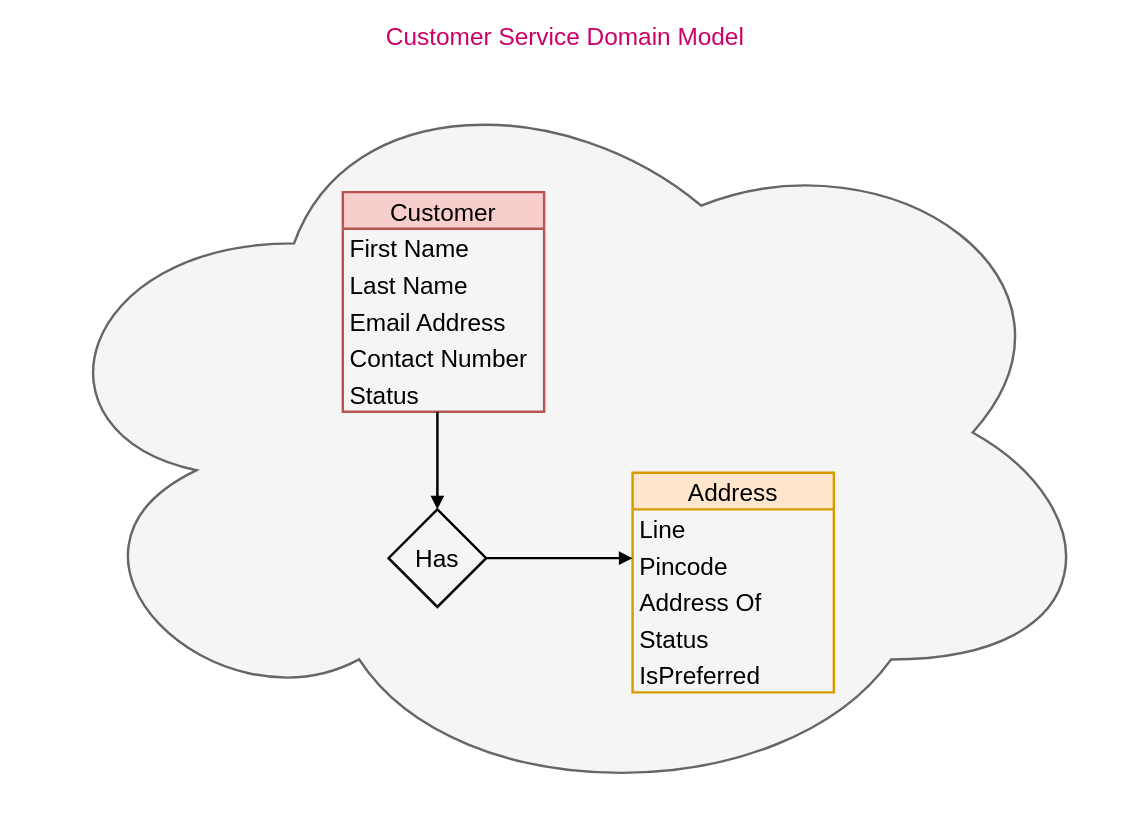
This is docs/diagram/customer_service_domain_model.drawio from dudhwalas/dudhwala, a draw.io file, before an edit. Source tidied: cells renumbered, new cells numbered last; positions are measured from the earlier drawing's top-left corner, leaving out a move shared by most shapes. Both pictures are drawn from the tidied source at 122%, with x=0, y=0 at pixel (22, 54).
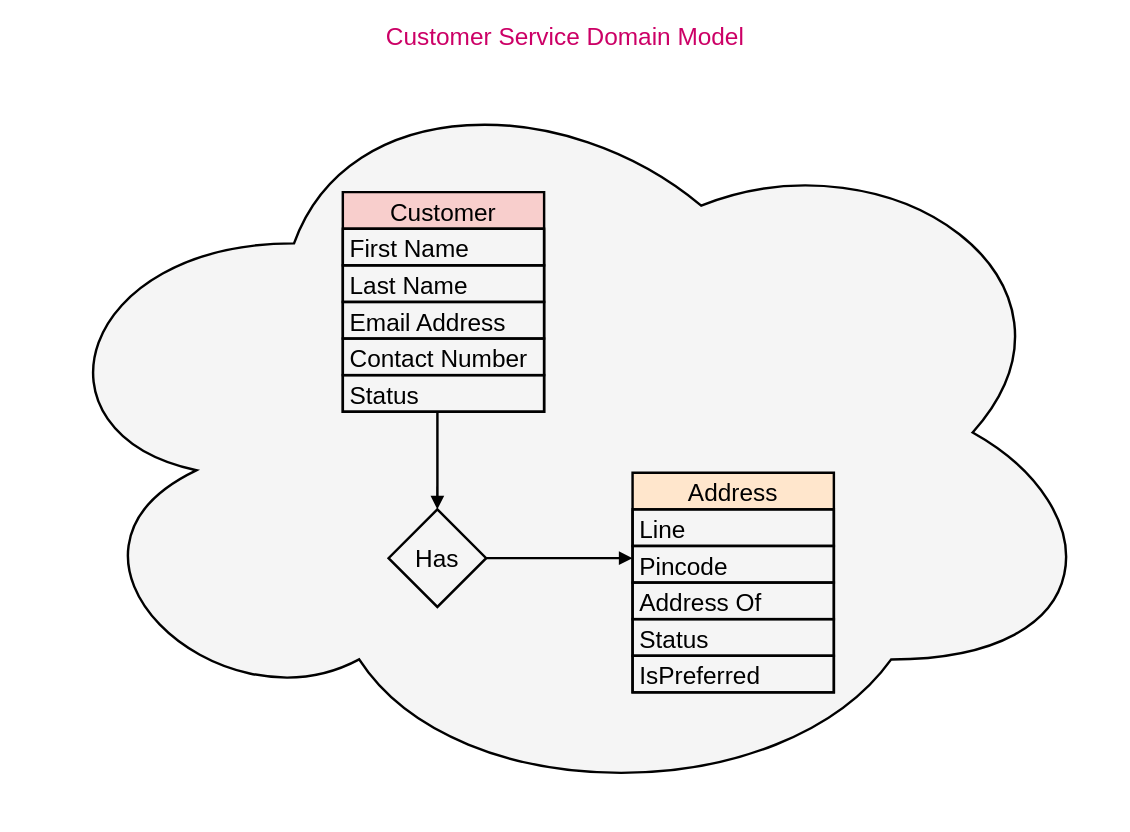
After the change.

Diff of the diagram source:
```diff
@@
 <mxGraphModel>
   <root>
     <mxCell id="0" />
     <mxCell id="1" parent="0" />
-    <mxCell id="2" value="Customer Service Domain Model" style="ellipse;shape=cloud;whiteSpace=wrap;html=1;fillColor=#f5f5f5;fontColor=#CC0066;strokeColor=#666666;strokeWidth=2;labelPosition=center;verticalLabelPosition=top;align=center;verticalAlign=bottom;fontSize=20;" parent="1" vertex="1">
+    <mxCell id="2" value="Customer Service Domain Model" style="ellipse;shape=cloud;whiteSpace=wrap;html=1;fillColor=#f5f5f5;fontColor=#CC0066;strokeColor=#000000;strokeWidth=2;labelPosition=center;verticalLabelPosition=top;align=center;verticalAlign=bottom;fontSize=20;" parent="1" vertex="1">
       <mxGeometry width="890" height="620" as="geometry" />
     </mxCell>
-    <mxCell id="3" value="Customer" style="swimlane;fontStyle=0;horizontal=1;startSize=30;fillColor=#f8cecc;strokeColor=#b85450;fontSize=20;strokeWidth=2;" parent="1" vertex="1">
+    <mxCell id="3" value="Customer" style="swimlane;fontStyle=0;horizontal=1;startSize=30;fillColor=#f8cecc;strokeColor=#000000;fontSize=20;strokeWidth=2;" parent="1" vertex="1">
       <mxGeometry x="262.5" y="113" width="165" height="180" as="geometry" />
     </mxCell>
-    <mxCell id="4" value="First Name" style="text;strokeColor=none;fillColor=none;align=left;verticalAlign=middle;spacingLeft=4;spacingRight=4;overflow=hidden;fontSize=20;strokeWidth=2;" parent="3" vertex="1">
+    <mxCell id="4" value="First Name" style="text;strokeColor=#000000;fillColor=none;align=left;verticalAlign=middle;spacingLeft=4;spacingRight=4;overflow=hidden;fontSize=20;strokeWidth=2;" parent="3" vertex="1">
       <mxGeometry y="30" width="165" height="30" as="geometry" />
     </mxCell>
-    <mxCell id="5" value="Last Name" style="text;strokeColor=none;fillColor=none;align=left;verticalAlign=middle;spacingLeft=4;spacingRight=4;overflow=hidden;fontSize=20;strokeWidth=2;" parent="3" vertex="1">
+    <mxCell id="5" value="Last Name" style="text;strokeColor=#000000;fillColor=none;align=left;verticalAlign=middle;spacingLeft=4;spacingRight=4;overflow=hidden;fontSize=20;strokeWidth=2;" parent="3" vertex="1">
       <mxGeometry y="60" width="165" height="30" as="geometry" />
     </mxCell>
-    <mxCell id="6" value="Email Address" style="text;strokeColor=none;fillColor=none;align=left;verticalAlign=middle;spacingLeft=4;spacingRight=4;overflow=hidden;fontSize=20;strokeWidth=2;" parent="3" vertex="1">
+    <mxCell id="6" value="Email Address" style="text;strokeColor=#000000;fillColor=none;align=left;verticalAlign=middle;spacingLeft=4;spacingRight=4;overflow=hidden;fontSize=20;strokeWidth=2;" parent="3" vertex="1">
       <mxGeometry y="90" width="165" height="30" as="geometry" />
     </mxCell>
-    <mxCell id="7" value="Contact Number" style="text;strokeColor=none;fillColor=none;align=left;verticalAlign=middle;spacingLeft=4;spacingRight=4;overflow=hidden;fontSize=20;strokeWidth=2;" parent="3" vertex="1">
+    <mxCell id="7" value="Contact Number" style="text;strokeColor=#000000;fillColor=none;align=left;verticalAlign=middle;spacingLeft=4;spacingRight=4;overflow=hidden;fontSize=20;strokeWidth=2;" parent="3" vertex="1">
       <mxGeometry y="120" width="165" height="30" as="geometry" />
     </mxCell>
-    <mxCell id="8" value="Status" style="text;strokeColor=none;fillColor=none;align=left;verticalAlign=middle;spacingLeft=4;spacingRight=4;overflow=hidden;points=[[0,0.5],[1,0.5]];portConstraint=eastwest;fontSize=20;strokeWidth=2;" parent="3" vertex="1">
+    <mxCell id="8" value="Status" style="text;strokeColor=#000000;fillColor=none;align=left;verticalAlign=middle;spacingLeft=4;spacingRight=4;overflow=hidden;points=[[0,0.5],[1,0.5]];portConstraint=eastwest;fontSize=20;strokeWidth=2;" parent="3" vertex="1">
       <mxGeometry y="150" width="165" height="30" as="geometry" />
     </mxCell>
-    <mxCell id="9" value="Address" style="swimlane;fontStyle=0;horizontal=1;startSize=30;fillColor=#ffe6cc;strokeColor=#d79b00;fontSize=20;strokeWidth=2;" parent="1" vertex="1">
+    <mxCell id="9" value="Address" style="swimlane;fontStyle=0;horizontal=1;startSize=30;fillColor=#ffe6cc;strokeColor=#000000;fontSize=20;strokeWidth=2;" parent="1" vertex="1">
       <mxGeometry x="500" y="343" width="165" height="180" as="geometry" />
     </mxCell>
-    <mxCell id="10" value="Line" style="text;strokeColor=none;fillColor=none;align=left;verticalAlign=middle;spacingLeft=4;spacingRight=4;overflow=hidden;fontSize=20;strokeWidth=2;" parent="9" vertex="1">
+    <mxCell id="10" value="Line" style="text;strokeColor=#000000;fillColor=none;align=left;verticalAlign=middle;spacingLeft=4;spacingRight=4;overflow=hidden;fontSize=20;strokeWidth=2;" parent="9" vertex="1">
       <mxGeometry y="30" width="165" height="30" as="geometry" />
     </mxCell>
-    <mxCell id="11" value="Pincode" style="text;strokeColor=none;fillColor=none;align=left;verticalAlign=middle;spacingLeft=4;spacingRight=4;overflow=hidden;fontSize=20;strokeWidth=2;" parent="9" vertex="1">
+    <mxCell id="11" value="Pincode" style="text;strokeColor=#000000;fillColor=none;align=left;verticalAlign=middle;spacingLeft=4;spacingRight=4;overflow=hidden;fontSize=20;strokeWidth=2;" parent="9" vertex="1">
       <mxGeometry y="60" width="165" height="30" as="geometry" />
     </mxCell>
-    <mxCell id="12" value="Address Of" style="text;strokeColor=none;fillColor=none;align=left;verticalAlign=middle;spacingLeft=4;spacingRight=4;overflow=hidden;fontSize=20;strokeWidth=2;" parent="9" vertex="1">
+    <mxCell id="12" value="Address Of" style="text;strokeColor=#000000;fillColor=none;align=left;verticalAlign=middle;spacingLeft=4;spacingRight=4;overflow=hidden;fontSize=20;strokeWidth=2;" parent="9" vertex="1">
       <mxGeometry y="90" width="165" height="30" as="geometry" />
     </mxCell>
-    <mxCell id="13" value="Status" style="text;strokeColor=none;fillColor=none;align=left;verticalAlign=middle;spacingLeft=4;spacingRight=4;overflow=hidden;fontSize=20;strokeWidth=2;" parent="9" vertex="1">
+    <mxCell id="13" value="Status" style="text;strokeColor=#000000;fillColor=none;align=left;verticalAlign=middle;spacingLeft=4;spacingRight=4;overflow=hidden;fontSize=20;strokeWidth=2;" parent="9" vertex="1">
       <mxGeometry y="120" width="165" height="30" as="geometry" />
     </mxCell>
-    <mxCell id="14" value="IsPreferred " style="text;strokeColor=none;fillColor=none;align=left;verticalAlign=middle;spacingLeft=4;spacingRight=4;overflow=hidden;fontSize=20;strokeWidth=2;" parent="9" vertex="1">
+    <mxCell id="14" value="IsPreferred " style="text;strokeColor=#000000;fillColor=none;align=left;verticalAlign=middle;spacingLeft=4;spacingRight=4;overflow=hidden;fontSize=20;strokeWidth=2;" parent="9" vertex="1">
       <mxGeometry y="150" width="165" height="30" as="geometry" />
     </mxCell>
-    <mxCell id="15" value="Has" style="rhombus;whiteSpace=wrap;html=1;fontSize=20;fillColor=none;strokeWidth=2;" parent="1" vertex="1">
+    <mxCell id="15" value="Has" style="rhombus;whiteSpace=wrap;html=1;fontSize=20;fillColor=none;strokeWidth=2;strokeColor=#000000;" parent="1" vertex="1">
       <mxGeometry x="300" y="373" width="80" height="80" as="geometry" />
     </mxCell>
-    <mxCell id="16" style="edgeStyle=none;html=1;exitX=0.47;exitY=1;exitDx=0;exitDy=0;entryX=0.5;entryY=0;entryDx=0;entryDy=0;fontSize=20;exitPerimeter=0;endArrow=block;endFill=1;strokeWidth=2;" parent="1" edge="1" source="8" target="15">
+    <mxCell id="16" style="edgeStyle=none;html=1;exitX=0.47;exitY=1;exitDx=0;exitDy=0;entryX=0.5;entryY=0;entryDx=0;entryDy=0;fontSize=20;exitPerimeter=0;endArrow=block;endFill=1;strokeWidth=2;strokeColor=#000000;" parent="1" edge="1" source="8" target="15">
       <mxGeometry relative="1" as="geometry" />
     </mxCell>
-    <mxCell id="17" style="edgeStyle=none;html=1;exitX=1;exitY=0.5;exitDx=0;exitDy=0;fontSize=20;endArrow=block;endFill=1;strokeWidth=2;" parent="1" edge="1" source="15">
+    <mxCell id="17" style="edgeStyle=none;html=1;exitX=1;exitY=0.5;exitDx=0;exitDy=0;fontSize=20;endArrow=block;endFill=1;strokeWidth=2;strokeColor=#000000;" parent="1" edge="1" source="15">
       <mxGeometry relative="1" as="geometry">
         <mxPoint x="500" y="413" as="targetPoint" />
       </mxGeometry>
     </mxCell>
   </root>
 </mxGraphModel>
```
